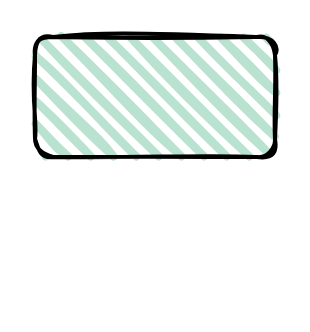
This is Untitled Diagram.drawio from mrlv0517/data, a draw.io file, before an edit. Source tidied: cells renumbered, new cells numbered last; positions are measured from the earlier drawing's top-left corner, leaving out a move shared by most shapes. Both pictures are drawn from the tidied source at 200%, with x=0, y=0 at pixel (34, 36).
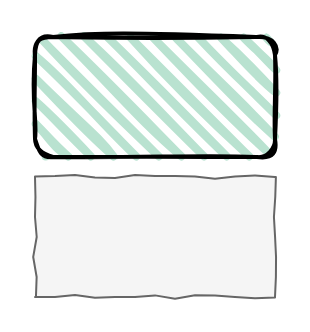
The same diagram, later.

Diff of the diagram source:
```diff
@@
 <mxGraphModel>
   <root>
     <mxCell id="0" />
     <mxCell id="1" parent="0" />
     <mxCell id="2" style="rounded=1;whiteSpace=wrap;html=1;strokeWidth=2;fillWeight=4;hachureGap=8;hachureAngle=45;fillColor=#B9E2D0;sketch=1;glass=0;shadow=0;" parent="1" vertex="1">
       <mxGeometry width="120" height="60" as="geometry" />
     </mxCell>
+    <mxCell id="3" style="rounded=0;whiteSpace=wrap;html=1;shadow=0;glass=0;comic=1;fillColor=#f5f5f5;fontColor=#333333;strokeColor=#666666;" parent="1" vertex="1">
+      <mxGeometry y="70" width="120" height="60" as="geometry" />
+    </mxCell>
   </root>
 </mxGraphModel>
```
